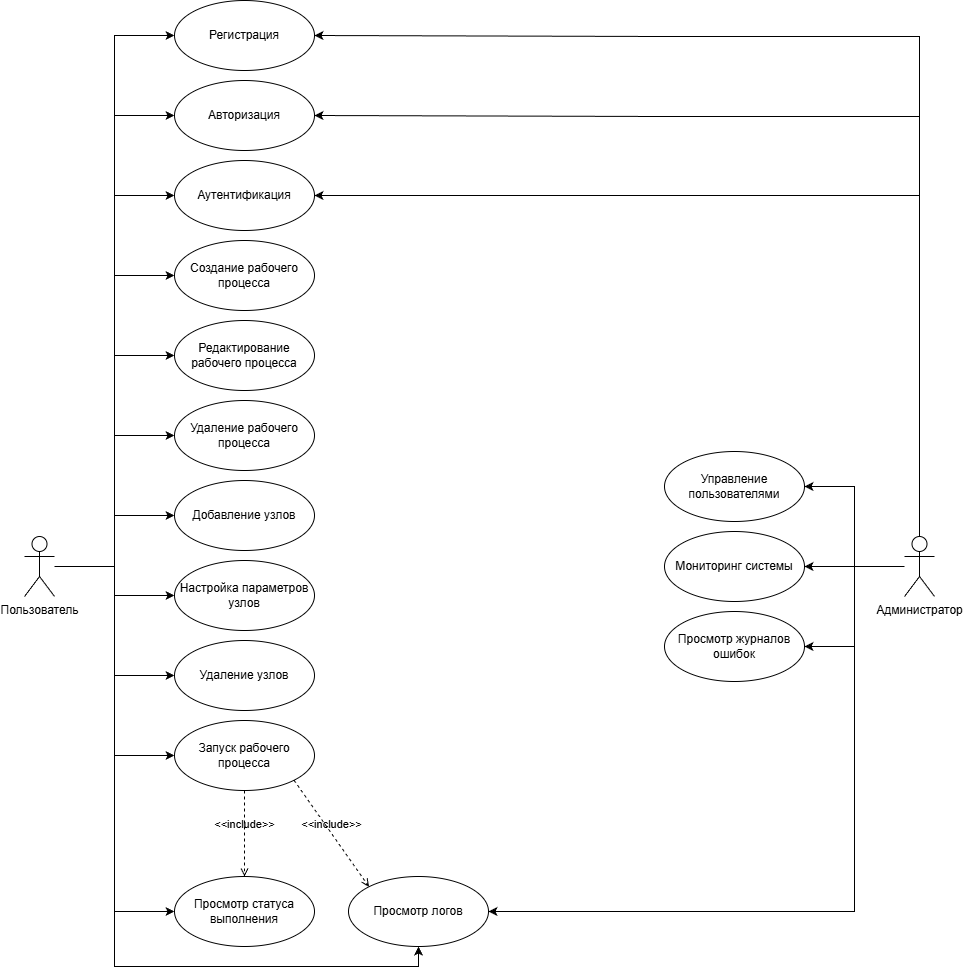
Earlier version of the draw.io export docs/UML_use_case.png (Michail19/FlowAct). Source tidied: cells renumbered, new cells last; positions are measured from the earlier drawing's top-left corner, leaving out a move shared by most shapes.
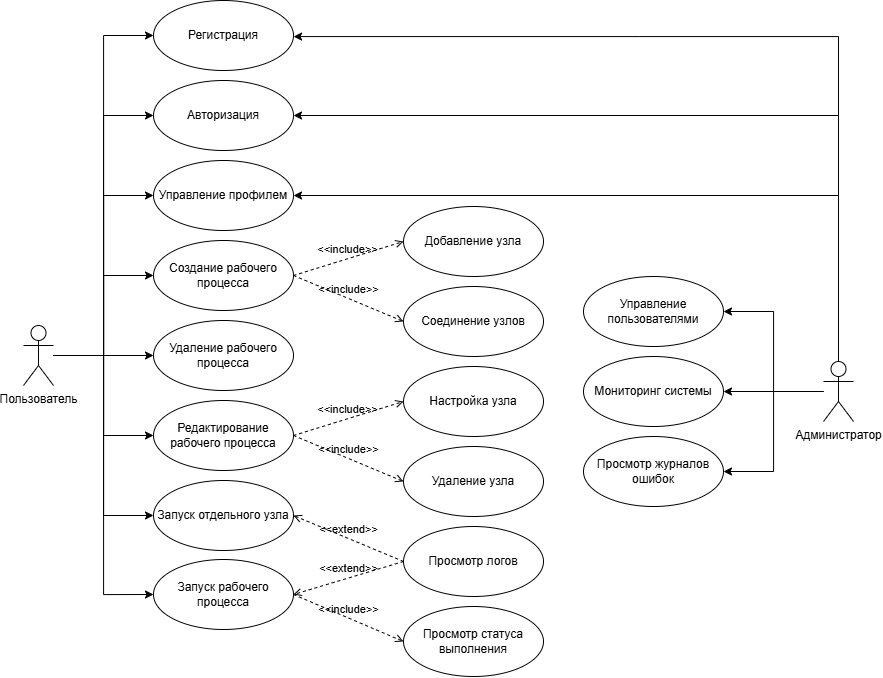
The same diagram one commit later.

Change to the diagram source:
```diff
@@ -20,83 +20,56 @@
     <mxCell id="7" style="edgeStyle=orthogonalEdgeStyle;rounded=0;jettySize=auto;html=1;entryX=0;entryY=0.5;entryDx=0;entryDy=0;" parent="1" edge="1" source="14" target="20">
       <mxGeometry relative="1" as="geometry" />
     </mxCell>
-    <mxCell id="8" style="edgeStyle=orthogonalEdgeStyle;rounded=0;jettySize=auto;html=1;entryX=0;entryY=0.5;entryDx=0;entryDy=0;" parent="1" edge="1" source="14" target="21">
-      <mxGeometry relative="1" as="geometry" />
-    </mxCell>
-    <mxCell id="9" style="edgeStyle=orthogonalEdgeStyle;rounded=0;jettySize=auto;html=1;entryX=0;entryY=0.5;entryDx=0;entryDy=0;" parent="1" edge="1" source="14" target="22">
-      <mxGeometry relative="1" as="geometry" />
-    </mxCell>
-    <mxCell id="10" style="edgeStyle=orthogonalEdgeStyle;rounded=0;jettySize=auto;html=1;entryX=0;entryY=0.5;entryDx=0;entryDy=0;" parent="1" edge="1" source="14" target="23">
-      <mxGeometry relative="1" as="geometry" />
-    </mxCell>
     <mxCell id="11" style="edgeStyle=orthogonalEdgeStyle;rounded=0;jettySize=auto;html=1;entryX=0;entryY=0.5;entryDx=0;entryDy=0;" parent="1" edge="1" source="14" target="24">
       <mxGeometry relative="1" as="geometry" />
     </mxCell>
-    <mxCell id="12" style="edgeStyle=orthogonalEdgeStyle;rounded=0;jettySize=auto;html=1;entryX=0;entryY=0.5;entryDx=0;entryDy=0;" parent="1" edge="1" source="14" target="25">
-      <mxGeometry relative="1" as="geometry" />
-    </mxCell>
-    <mxCell id="13" style="edgeStyle=orthogonalEdgeStyle;rounded=0;jettySize=auto;html=1;entryX=0.5;entryY=1;entryDx=0;entryDy=0;" parent="1" edge="1" source="14" target="26">
-      <mxGeometry relative="1" as="geometry">
-        <Array as="points">
-          <mxPoint x="90" y="566" />
-          <mxPoint x="90" y="966" />
-          <mxPoint x="394" y="966" />
-        </Array>
-      </mxGeometry>
-    </mxCell>
+    <mxCell id="40" style="edgeStyle=orthogonalEdgeStyle;rounded=0;jettySize=auto;html=1;entryX=0;entryY=0.5;entryDx=0;entryDy=0;" parent="1" edge="1" source="14" target="48">
+      <mxGeometry relative="1" as="geometry" />
+    </mxCell>
     <mxCell id="14" value="Пользователь" style="shape=umlActor;verticalLabelPosition=bottom;verticalAlign=top;html=1;" parent="1" vertex="1">
-      <mxGeometry y="536" width="30" height="60" as="geometry" />
+      <mxGeometry x="-60" y="341" width="30" height="60" as="geometry" />
     </mxCell>
     <mxCell id="15" value="Регистрация" style="ellipse;whiteSpace=wrap;html=1;" parent="1" vertex="1">
-      <mxGeometry x="150" width="140" height="70" as="geometry" />
+      <mxGeometry x="70" y="16" width="140" height="70" as="geometry" />
     </mxCell>
     <mxCell id="16" value="Авторизация" style="ellipse;whiteSpace=wrap;html=1;" parent="1" vertex="1">
-      <mxGeometry x="150" y="80" width="140" height="70" as="geometry" />
+      <mxGeometry x="70" y="96" width="140" height="70" as="geometry" />
     </mxCell>
-    <mxCell id="17" value="Аутентификация" style="ellipse;whiteSpace=wrap;html=1;" parent="1" vertex="1">
-      <mxGeometry x="150" y="160" width="140" height="70" as="geometry" />
+    <mxCell id="17" value="Управление профилем" style="ellipse;whiteSpace=wrap;html=1;" parent="1" vertex="1">
+      <mxGeometry x="70" y="176" width="140" height="70" as="geometry" />
     </mxCell>
     <mxCell id="18" value="Создание рабочего процесса" style="ellipse;whiteSpace=wrap;html=1;" parent="1" vertex="1">
-      <mxGeometry x="150" y="240" width="140" height="70" as="geometry" />
+      <mxGeometry x="70" y="256" width="140" height="70" as="geometry" />
     </mxCell>
     <mxCell id="19" value="Редактирование рабочего процесса" style="ellipse;whiteSpace=wrap;html=1;" parent="1" vertex="1">
-      <mxGeometry x="150" y="320" width="140" height="70" as="geometry" />
+      <mxGeometry x="70" y="416" width="140" height="70" as="geometry" />
     </mxCell>
     <mxCell id="20" value="Удаление рабочего процесса" style="ellipse;whiteSpace=wrap;html=1;" parent="1" vertex="1">
-      <mxGeometry x="150" y="400" width="140" height="70" as="geometry" />
+      <mxGeometry x="70" y="336" width="140" height="70" as="geometry" />
     </mxCell>
-    <mxCell id="21" value="Добавление узлов" style="ellipse;whiteSpace=wrap;html=1;" parent="1" vertex="1">
-      <mxGeometry x="150" y="480" width="140" height="70" as="geometry" />
-    </mxCell>
-    <mxCell id="22" value="Настройка параметров узлов" style="ellipse;whiteSpace=wrap;html=1;" parent="1" vertex="1">
-      <mxGeometry x="150" y="560" width="140" height="70" as="geometry" />
-    </mxCell>
-    <mxCell id="23" value="Удаление узлов" style="ellipse;whiteSpace=wrap;html=1;" parent="1" vertex="1">
-      <mxGeometry x="150" y="640" width="140" height="70" as="geometry" />
-    </mxCell>
     <mxCell id="24" value="Запуск рабочего процесса" style="ellipse;whiteSpace=wrap;html=1;" parent="1" vertex="1">
-      <mxGeometry x="150" y="720" width="140" height="70" as="geometry" />
+      <mxGeometry x="70" y="575" width="140" height="70" as="geometry" />
     </mxCell>
     <mxCell id="25" value="Просмотр статуса выполнения" style="ellipse;whiteSpace=wrap;html=1;" parent="1" vertex="1">
-      <mxGeometry x="150" y="876" width="140" height="70" as="geometry" />
+      <mxGeometry x="320" y="622" width="140" height="70" as="geometry" />
     </mxCell>
     <mxCell id="26" value="Просмотр логов" style="ellipse;whiteSpace=wrap;html=1;" parent="1" vertex="1">
-      <mxGeometry x="324" y="876" width="140" height="70" as="geometry" />
+      <mxGeometry x="320" y="542" width="140" height="70" as="geometry" />
     </mxCell>
     <mxCell id="27" value="Управление пользователями" style="ellipse;whiteSpace=wrap;html=1;" parent="1" vertex="1">
-      <mxGeometry x="640" y="451" width="140" height="70" as="geometry" />
+      <mxGeometry x="500" y="292" width="140" height="70" as="geometry" />
     </mxCell>
     <mxCell id="28" value="Мониторинг системы" style="ellipse;whiteSpace=wrap;html=1;" parent="1" vertex="1">
-      <mxGeometry x="640" y="531" width="140" height="70" as="geometry" />
+      <mxGeometry x="500" y="372" width="140" height="70" as="geometry" />
     </mxCell>
     <mxCell id="29" value="Просмотр журналов ошибок" style="ellipse;whiteSpace=wrap;html=1;" parent="1" vertex="1">
-      <mxGeometry x="640" y="611" width="140" height="70" as="geometry" />
+      <mxGeometry x="500" y="452" width="140" height="70" as="geometry" />
     </mxCell>
     <mxCell id="30" style="edgeStyle=orthogonalEdgeStyle;rounded=0;jettySize=auto;html=1;entryX=1;entryY=0.5;entryDx=0;entryDy=0;" parent="1" edge="1" source="37" target="27">
       <mxGeometry relative="1" as="geometry">
         <Array as="points">
-          <mxPoint x="830" y="566" />
-          <mxPoint x="830" y="486" />
+          <mxPoint x="690" y="407" />
+          <mxPoint x="690" y="327" />
         </Array>
       </mxGeometry>
     </mxCell>
@@ -106,50 +79,71 @@
     <mxCell id="32" style="edgeStyle=orthogonalEdgeStyle;rounded=0;jettySize=auto;html=1;entryX=1;entryY=0.5;entryDx=0;entryDy=0;" parent="1" edge="1" source="37" target="29">
       <mxGeometry relative="1" as="geometry">
         <Array as="points">
-          <mxPoint x="830" y="566" />
-          <mxPoint x="830" y="646" />
+          <mxPoint x="690" y="407" />
+          <mxPoint x="690" y="487" />
         </Array>
       </mxGeometry>
     </mxCell>
     <mxCell id="33" style="edgeStyle=orthogonalEdgeStyle;rounded=0;jettySize=auto;html=1;entryX=1;entryY=0.5;entryDx=0;entryDy=0;" parent="1" edge="1" source="37" target="15">
       <mxGeometry relative="1" as="geometry">
         <Array as="points">
-          <mxPoint x="635" y="36" />
-          <mxPoint x="455" y="36" />
+          <mxPoint x="555" y="52" />
+          <mxPoint x="375" y="52" />
         </Array>
       </mxGeometry>
     </mxCell>
     <mxCell id="34" style="edgeStyle=orthogonalEdgeStyle;rounded=0;jettySize=auto;html=1;entryX=1;entryY=0.5;entryDx=0;entryDy=0;" parent="1" edge="1" source="37" target="16">
       <mxGeometry relative="1" as="geometry">
         <Array as="points">
-          <mxPoint x="635" y="116" />
-          <mxPoint x="455" y="116" />
+          <mxPoint x="755" y="131" />
         </Array>
       </mxGeometry>
     </mxCell>
     <mxCell id="35" style="edgeStyle=orthogonalEdgeStyle;rounded=0;jettySize=auto;html=1;entryX=1;entryY=0.5;entryDx=0;entryDy=0;" parent="1" edge="1" source="37" target="17">
       <mxGeometry relative="1" as="geometry">
         <Array as="points">
-          <mxPoint x="895" y="195" />
+          <mxPoint x="755" y="211" />
         </Array>
       </mxGeometry>
     </mxCell>
-    <mxCell id="36" style="edgeStyle=orthogonalEdgeStyle;rounded=0;jettySize=auto;html=1;entryX=1;entryY=0.5;entryDx=0;entryDy=0;" parent="1" edge="1" source="37" target="26">
-      <mxGeometry relative="1" as="geometry">
-        <Array as="points">
-          <mxPoint x="830" y="566" />
-          <mxPoint x="830" y="911" />
-        </Array>
-      </mxGeometry>
-    </mxCell>
     <mxCell id="37" value="Администратор" style="shape=umlActor;verticalLabelPosition=bottom;verticalAlign=top;html=1;" parent="1" vertex="1">
-      <mxGeometry x="880" y="536" width="30" height="60" as="geometry" />
+      <mxGeometry x="740" y="377" width="30" height="60" as="geometry" />
     </mxCell>
-    <mxCell id="38" value="&amp;lt;&amp;lt;include&amp;gt;&amp;gt;" style="html=1;verticalAlign=bottom;labelBackgroundColor=none;endArrow=open;endFill=0;dashed=1;rounded=0;exitX=0.5;exitY=1;exitDx=0;exitDy=0;entryX=0.5;entryY=0;entryDx=0;entryDy=0;" parent="1" edge="1" source="24" target="25">
+    <mxCell id="38" value="&amp;lt;&amp;lt;include&amp;gt;&amp;gt;" style="html=1;verticalAlign=bottom;labelBackgroundColor=none;endArrow=open;endFill=0;dashed=1;rounded=0;exitX=1;exitY=0.5;exitDx=0;exitDy=0;entryX=0;entryY=0.5;entryDx=0;entryDy=0;" parent="1" edge="1" source="24" target="25">
       <mxGeometry relative="1" as="geometry" />
     </mxCell>
-    <mxCell id="39" value="&amp;lt;&amp;lt;include&amp;gt;&amp;gt;" style="html=1;verticalAlign=bottom;labelBackgroundColor=none;endArrow=open;endFill=0;dashed=1;rounded=0;exitX=1;exitY=1;exitDx=0;exitDy=0;entryX=0;entryY=0;entryDx=0;entryDy=0;" parent="1" edge="1" source="24" target="26">
-      <mxGeometry relative="1" as="geometry" />
-    </mxCell>
+    <mxCell id="41" value="&amp;lt;&amp;lt;extend&amp;gt;&amp;gt;" style="html=1;verticalAlign=bottom;labelBackgroundColor=none;endArrow=open;endFill=0;dashed=1;rounded=0;exitX=0;exitY=0.5;exitDx=0;exitDy=0;entryX=1;entryY=0.5;entryDx=0;entryDy=0;" parent="1" edge="1" source="26" target="24">
+      <mxGeometry relative="1" as="geometry" />
+    </mxCell>
+    <mxCell id="42" value="Добавление узла" style="ellipse;whiteSpace=wrap;html=1;" parent="1" vertex="1">
+      <mxGeometry x="320" y="222" width="140" height="70" as="geometry" />
+    </mxCell>
+    <mxCell id="43" value="Соединение узлов" style="ellipse;whiteSpace=wrap;html=1;" parent="1" vertex="1">
+      <mxGeometry x="320" y="302" width="140" height="70" as="geometry" />
+    </mxCell>
+    <mxCell id="44" value="&amp;lt;&amp;lt;include&amp;gt;&amp;gt;" style="html=1;verticalAlign=bottom;labelBackgroundColor=none;endArrow=open;endFill=0;dashed=1;rounded=0;exitX=1;exitY=0.5;exitDx=0;exitDy=0;entryX=0;entryY=0.5;entryDx=0;entryDy=0;" parent="1" edge="1" source="18" target="42">
+      <mxGeometry relative="1" as="geometry" />
+    </mxCell>
+    <mxCell id="45" value="&amp;lt;&amp;lt;include&amp;gt;&amp;gt;" style="html=1;verticalAlign=bottom;labelBackgroundColor=none;endArrow=open;endFill=0;dashed=1;rounded=0;exitX=1;exitY=0.5;exitDx=0;exitDy=0;entryX=0;entryY=0.5;entryDx=0;entryDy=0;" parent="1" edge="1" source="18" target="43">
+      <mxGeometry relative="1" as="geometry" />
+    </mxCell>
+    <mxCell id="46" value="Настройка узла" style="ellipse;whiteSpace=wrap;html=1;" parent="1" vertex="1">
+      <mxGeometry x="320" y="382" width="140" height="70" as="geometry" />
+    </mxCell>
+    <mxCell id="47" value="&amp;lt;&amp;lt;include&amp;gt;&amp;gt;" style="html=1;verticalAlign=bottom;labelBackgroundColor=none;endArrow=open;endFill=0;dashed=1;rounded=0;exitX=1;exitY=0.5;exitDx=0;exitDy=0;entryX=0;entryY=0.5;entryDx=0;entryDy=0;" parent="1" edge="1" source="19" target="46">
+      <mxGeometry relative="1" as="geometry" />
+    </mxCell>
+    <mxCell id="48" value="Запуск отдельного узла" style="ellipse;whiteSpace=wrap;html=1;" parent="1" vertex="1">
+      <mxGeometry x="70" y="496" width="140" height="70" as="geometry" />
+    </mxCell>
+    <mxCell id="49" value="Удаление узла" style="ellipse;whiteSpace=wrap;html=1;" parent="1" vertex="1">
+      <mxGeometry x="320" y="462" width="140" height="70" as="geometry" />
+    </mxCell>
+    <mxCell id="50" value="&amp;lt;&amp;lt;include&amp;gt;&amp;gt;" style="html=1;verticalAlign=bottom;labelBackgroundColor=none;endArrow=open;endFill=0;dashed=1;rounded=0;exitX=1;exitY=0.5;exitDx=0;exitDy=0;entryX=0;entryY=0.5;entryDx=0;entryDy=0;" parent="1" edge="1" source="19" target="49">
+      <mxGeometry relative="1" as="geometry" />
+    </mxCell>
+    <mxCell id="51" value="&amp;lt;&amp;lt;extend&amp;gt;&amp;gt;" style="html=1;verticalAlign=bottom;labelBackgroundColor=none;endArrow=open;endFill=0;dashed=1;rounded=0;exitX=0;exitY=0.5;exitDx=0;exitDy=0;entryX=1;entryY=0.5;entryDx=0;entryDy=0;" parent="1" edge="1" source="26" target="48">
+      <mxGeometry relative="1" as="geometry" />
+    </mxCell>
   </root>
 </mxGraphModel>
```
